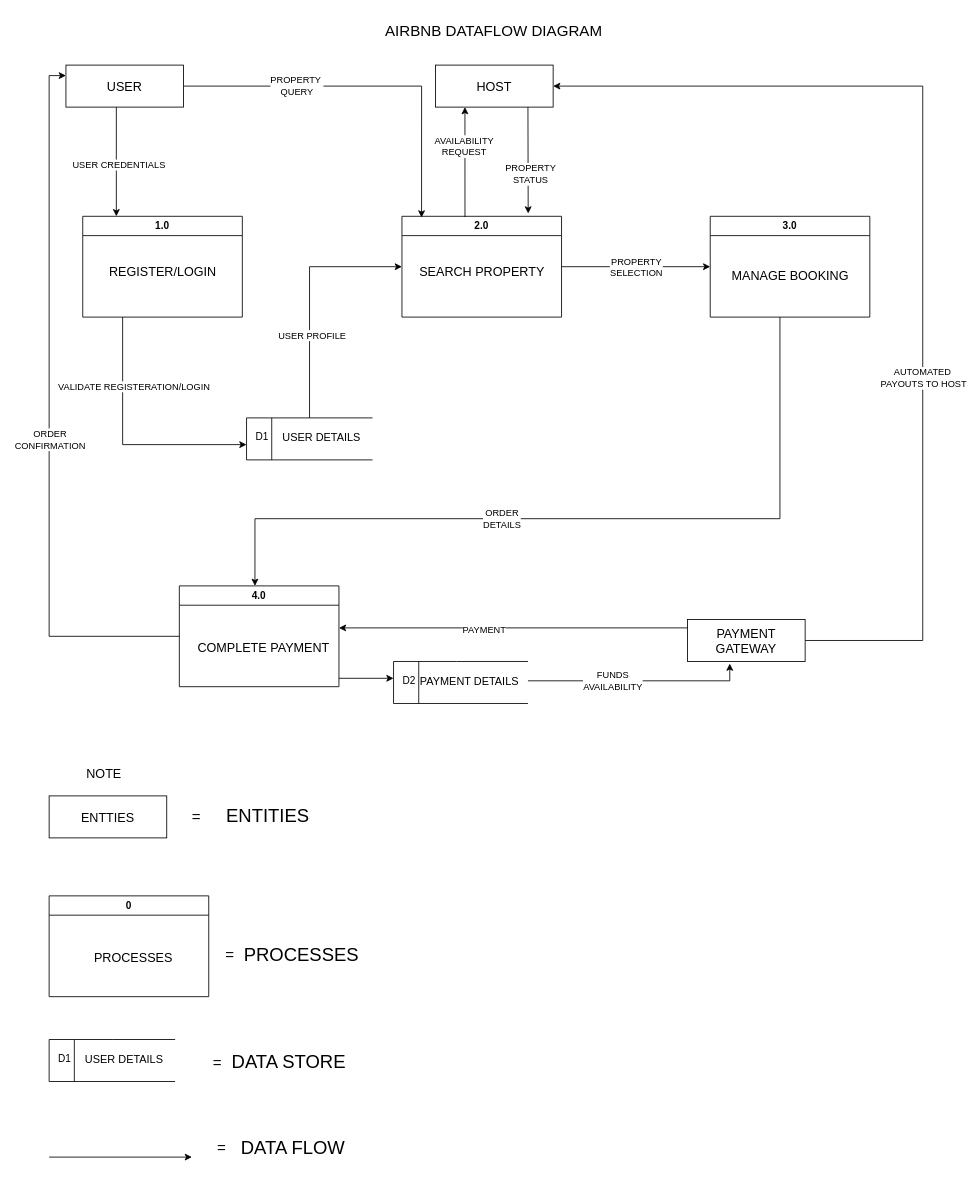
This is Untitled Diagram.drawio from Magma4/alx-airbnb-project-documentation, a draw.io file, before an edit. Source tidied: cells renumbered, new cells numbered last; positions are measured from the earlier drawing's top-left corner, leaving out a move shared by most shapes. Both pictures are drawn from the tidied source at 84%, with x=0, y=0 at pixel (49, 14).
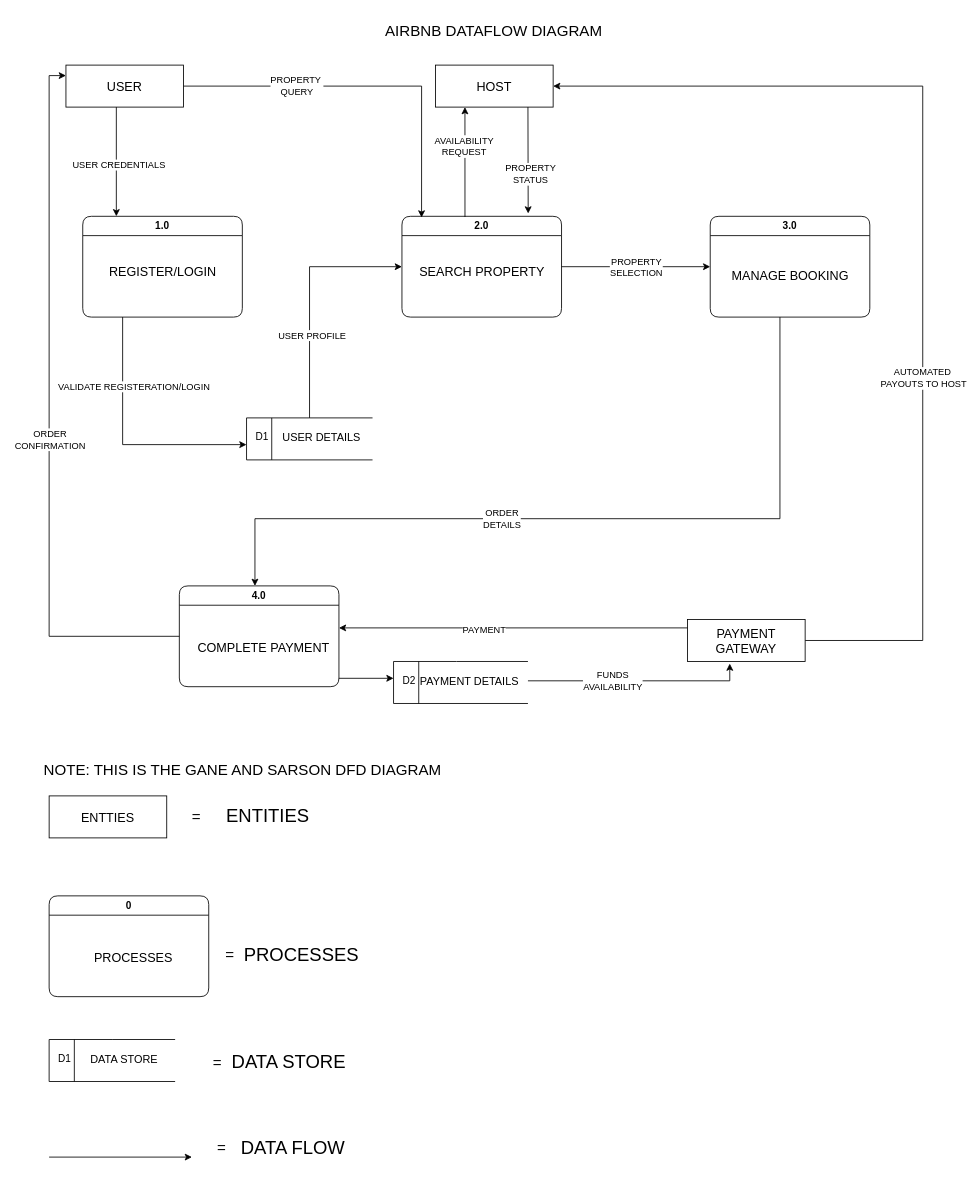
The same diagram, later.

Diff of the diagram source:
```diff
@@
-    <mxCell id="3" value="1.0" style="swimlane;whiteSpace=wrap;html=1;" parent="1" vertex="1">
+    <mxCell id="3" value="1.0" style="swimlane;whiteSpace=wrap;html=1;rounded=1;" parent="1" vertex="1">
       <mxGeometry x="40" y="240" width="190" height="120" as="geometry" />
     </mxCell>
@@
-    <mxCell id="7" value="2.0" style="swimlane;whiteSpace=wrap;html=1;" parent="1" vertex="1">
+    <mxCell id="7" value="2.0" style="swimlane;whiteSpace=wrap;html=1;rounded=1;" parent="1" vertex="1">
       <mxGeometry x="420" y="240" width="190" height="120" as="geometry" />
     </mxCell>
@@
-    <mxCell id="11" value="3.0" style="swimlane;whiteSpace=wrap;html=1;" parent="1" vertex="1">
+    <mxCell id="11" value="3.0" style="swimlane;whiteSpace=wrap;html=1;rounded=1;" parent="1" vertex="1">
       <mxGeometry x="787" y="240" width="190" height="120" as="geometry" />
     </mxCell>
@@
-    <mxCell id="15" value="4.0" style="swimlane;whiteSpace=wrap;html=1;" parent="1" vertex="1">
+    <mxCell id="15" value="4.0" style="swimlane;whiteSpace=wrap;html=1;rounded=1;" parent="1" vertex="1">
       <mxGeometry x="155" y="680" width="190" height="120" as="geometry" />
     </mxCell>
@@
-    <mxCell id="51" value="&lt;font style=&quot;font-size: 15px;&quot;&gt;NOTE&lt;/font&gt;" style="text;html=1;align=center;verticalAlign=middle;strokeColor=none;fillColor=none;" parent="1" vertex="1">
-      <mxGeometry x="30" y="888" width="70" height="30" as="geometry" />
+    <mxCell id="51" value="&lt;font style=&quot;font-size: 18px;&quot;&gt;NOTE: THIS IS THE GANE AND SARSON DFD DIAGRAM&lt;/font&gt;" style="text;html=1;align=center;verticalAlign=middle;strokeColor=none;fillColor=none;" parent="1" vertex="1">
+      <mxGeometry x="-20" y="880" width="500" height="40" as="geometry" />
     </mxCell>
@@
-    <mxCell id="55" value="0" style="swimlane;whiteSpace=wrap;html=1;" parent="1" vertex="1">
+    <mxCell id="55" value="0" style="swimlane;whiteSpace=wrap;html=1;rounded=1;" parent="1" vertex="1">
       <mxGeometry y="1049" width="190" height="120" as="geometry" />
     </mxCell>
@@
-    <mxCell id="64" value="&lt;font style=&quot;font-size: 13px;&quot;&gt;USER DETAILS&lt;/font&gt;" style="text;html=1;align=center;verticalAlign=middle;strokeColor=none;fillColor=none;" parent="1" vertex="1">
-      <mxGeometry x="29" y="1228" width="120" height="30" as="geometry" />
+    <mxCell id="64" value="&lt;font style=&quot;font-size: 13px;&quot;&gt;DATA STORE&lt;/font&gt;" style="text;html=1;align=center;verticalAlign=middle;strokeColor=none;fillColor=none;" parent="1" vertex="1">
+      <mxGeometry x="39" y="1228" width="100" height="30" as="geometry" />
     </mxCell>
```
